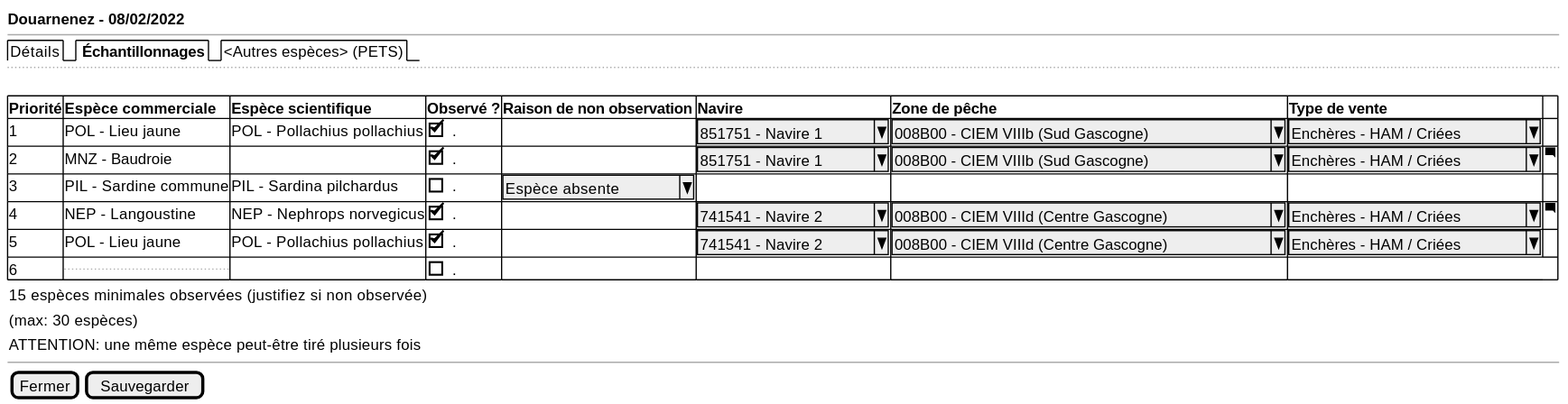
Above: projects/obsvente/spe/images/landings-table.svg in sumaris-net/sumaris-doc (PlantUML), before the change.
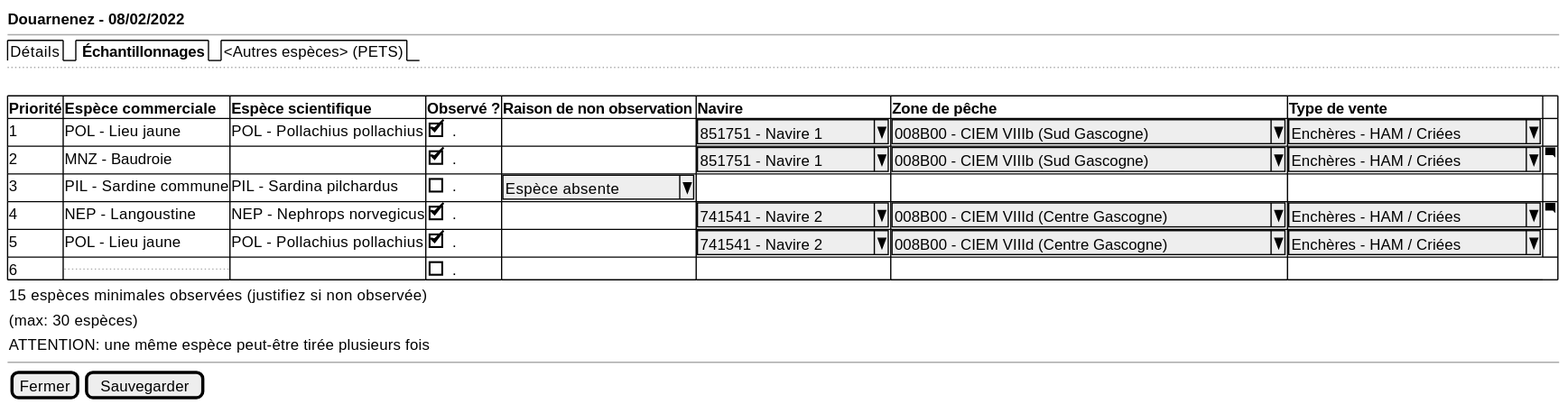
The same diagram one commit later.

Diff of the diagram source:
```diff
@@ -20,7 +20,7 @@
 
     { (max: 30 espèces) }
 
-    { ATTENTION: une même espèce peut-être tiré plusieurs fois }
+    { ATTENTION: une même espèce peut-être tirée plusieurs fois }
   --
 
 
```
